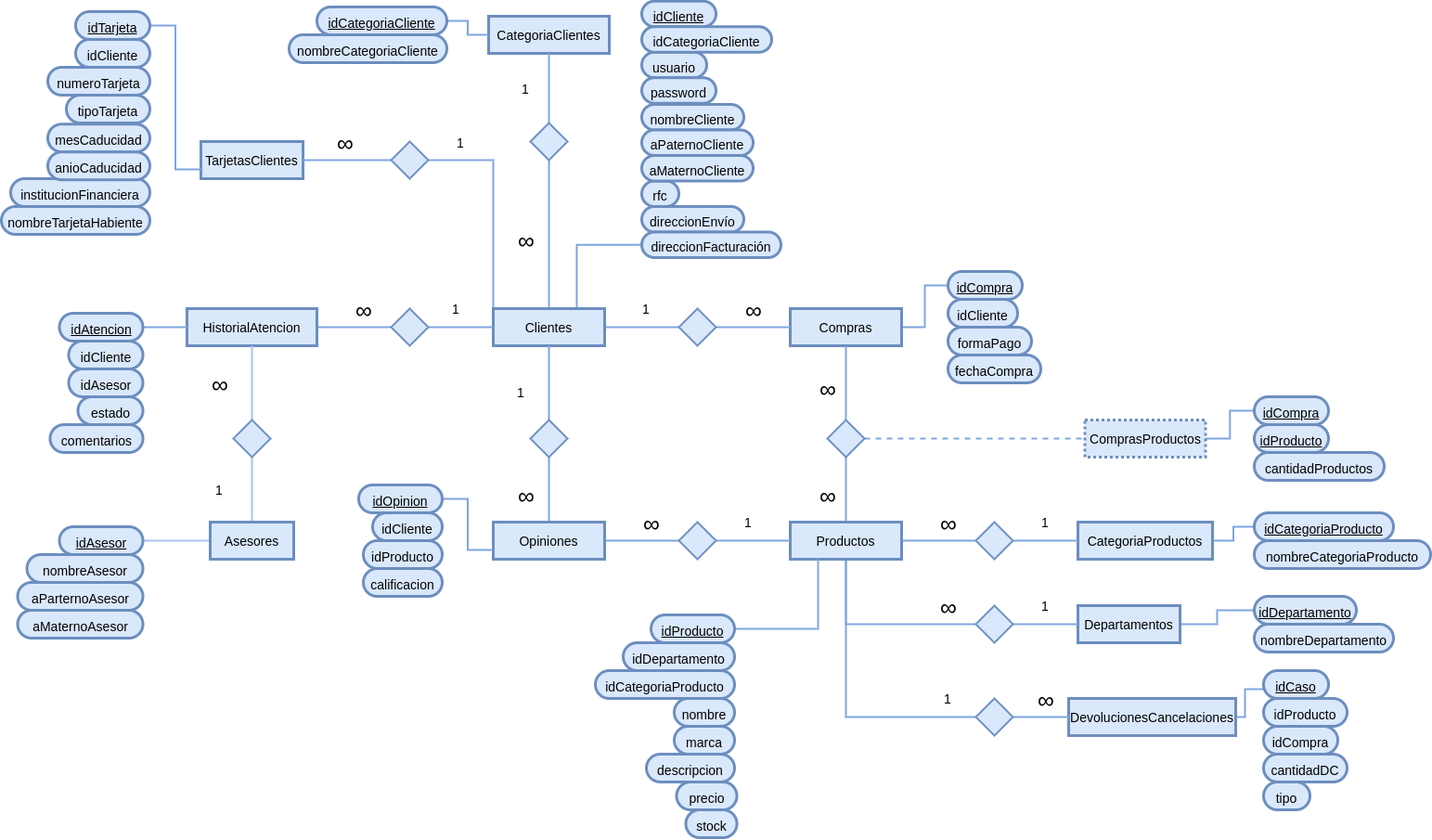
CesarArellano/Base_De_Datos keeps this draw.io diagram as Practicas/Practica1 BD.png. Above is the earlier version. Source tidied: cells renumbered, new cells last; positions are measured from the earlier drawing's top-left corner, leaving out a move shared by most shapes.
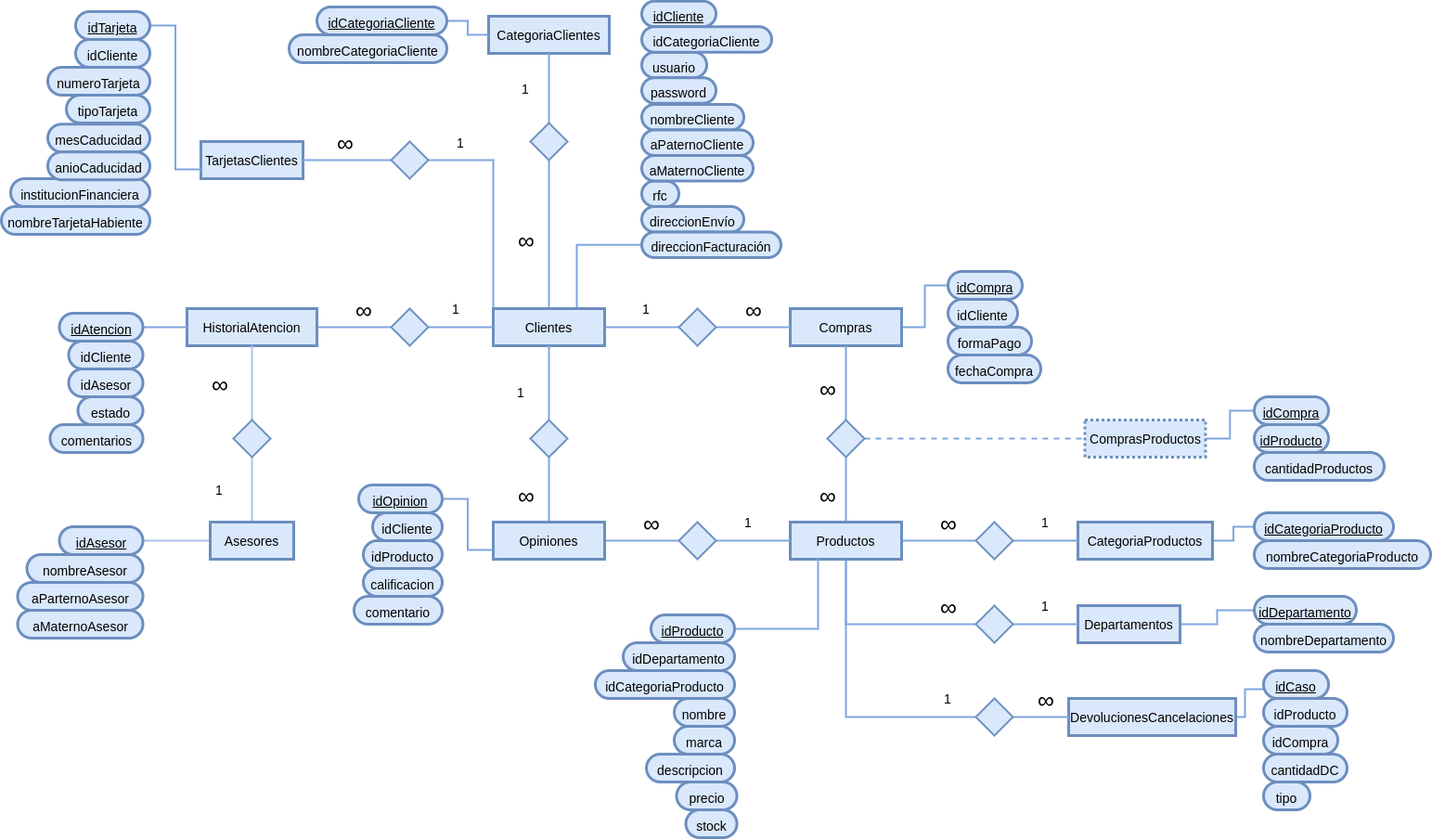
After the change.

Commit message:
Practica 1: Querys en progreso

Change to the diagram source:
```diff
@@ -418,5 +418,8 @@
     <mxCell id="138" value="&lt;font style=&quot;font-size: 14px&quot;&gt;aParternoAsesor&lt;/font&gt;" style="rounded=1;whiteSpace=wrap;html=1;shadow=0;glass=0;comic=0;strokeWidth=3;fontSize=23;fillColor=#dae8fc;strokeColor=#6c8ebf;arcSize=50;" parent="1" vertex="1">
       <mxGeometry x="17.5" y="626" width="135" height="30" as="geometry" />
     </mxCell>
+    <mxCell id="139" value="&lt;font style=&quot;font-size: 14px&quot;&gt;comentario&lt;/font&gt;" style="rounded=1;whiteSpace=wrap;html=1;shadow=0;glass=0;comic=0;strokeWidth=3;fontSize=23;fillColor=#dae8fc;strokeColor=#6c8ebf;arcSize=50;" parent="1" vertex="1">
+      <mxGeometry x="380" y="641" width="95" height="30" as="geometry" />
+    </mxCell>
   </root>
 </mxGraphModel>
```
